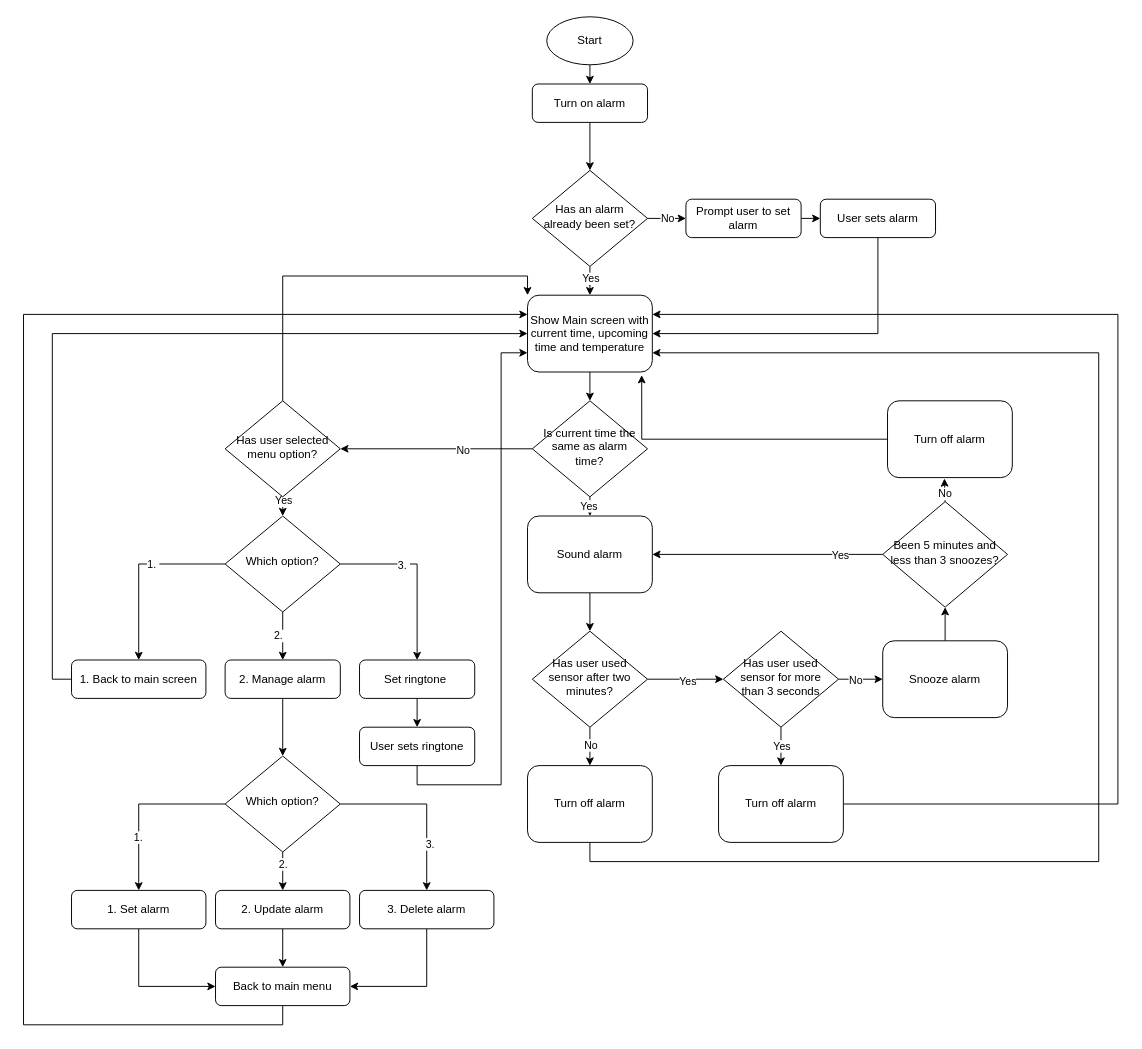
This is page "Flow-Chart" (1 of 2) of Alarm-Flow-Chart.drawio from Squing0/Calculator, a draw.io file, before an edit. Source tidied: cells renumbered, new cells numbered last; positions are measured from the earlier drawing's top-left corner, leaving out a move shared by most shapes. Both pictures are drawn from the tidied source at 96%, with x=0, y=0 at pixel (23, 16).
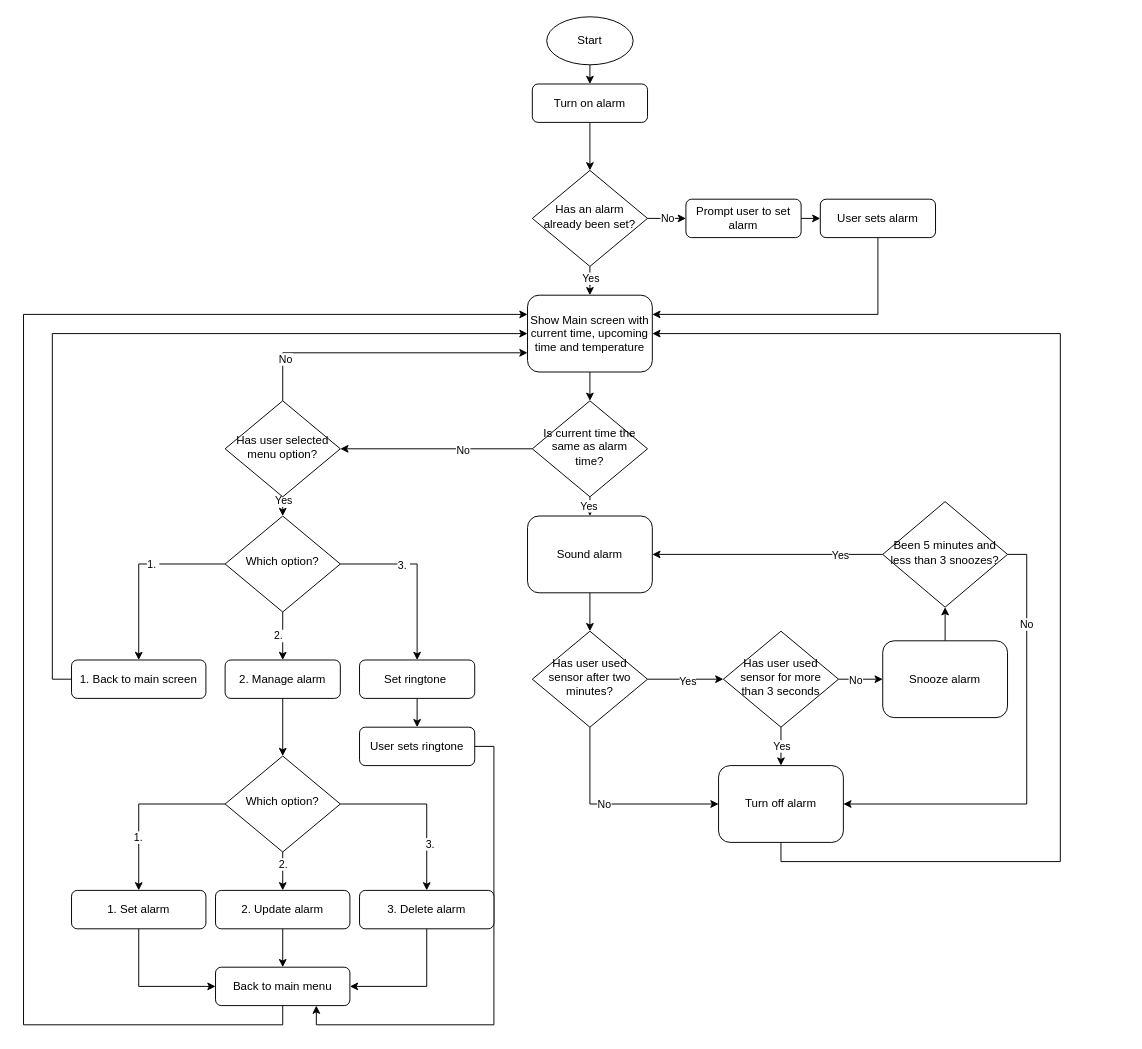
The same diagram, later.

Unchanged cells that the change refers to:
```xml
<mxCell id="14" value="User sets alarm" style="rounded=1;whiteSpace=wrap;html=1;fontSize=12;glass=0;strokeWidth=1;shadow=0;" parent="1" vertex="1">
  <mxGeometry x="830" y="190" width="120" height="40" as="geometry" />
</mxCell>
<mxCell id="16" value="Show Main screen with current time, upcoming time and temperature" style="rounded=1;whiteSpace=wrap;html=1;fontSize=12;glass=0;strokeWidth=1;shadow=0;" parent="1" vertex="1">
  <mxGeometry x="525" y="290" width="130" height="80" as="geometry" />
</mxCell>
<mxCell id="23" value="Has user used sensor after two minutes?" style="rhombus;whiteSpace=wrap;html=1;shadow=0;fontFamily=Helvetica;fontSize=12;align=center;strokeWidth=1;spacing=6;spacingTop=-4;" parent="1" vertex="1">
  <mxGeometry x="530" y="640" width="120" height="100" as="geometry" />
</mxCell>
<mxCell id="27" value="Turn off alarm" style="rounded=1;whiteSpace=wrap;html=1;fontSize=12;glass=0;strokeWidth=1;shadow=0;" parent="1" vertex="1">
  <mxGeometry x="724" y="780" width="130" height="80" as="geometry" />
</mxCell>
<mxCell id="43" value="Has user selected menu option?" style="rhombus;whiteSpace=wrap;html=1;shadow=0;fontFamily=Helvetica;fontSize=12;align=center;strokeWidth=1;spacing=6;spacingTop=-4;" parent="1" vertex="1">
  <mxGeometry x="210" y="400" width="120" height="100" as="geometry" />
</mxCell>
<mxCell id="58" value="User sets ringtone" style="rounded=1;whiteSpace=wrap;html=1;fontSize=12;glass=0;strokeWidth=1;shadow=0;" parent="1" vertex="1">
  <mxGeometry x="350" y="740" width="120" height="40" as="geometry" />
</mxCell>
<mxCell id="61" value="Been 5 minutes and less than 3 snoozes?" style="rhombus;whiteSpace=wrap;html=1;shadow=0;fontFamily=Helvetica;fontSize=12;align=center;strokeWidth=1;spacing=6;spacingTop=-4;" parent="1" vertex="1">
  <mxGeometry x="895" y="505" width="130" height="110" as="geometry" />
</mxCell>
<mxCell id="76" value="Back to main menu" style="rounded=1;whiteSpace=wrap;html=1;fontSize=12;glass=0;strokeWidth=1;shadow=0;" parent="1" vertex="1">
  <mxGeometry x="200" y="990" width="140" height="40" as="geometry" />
</mxCell>
```

Change to the diagram source:
```diff
@@
-    <mxCell id="13" style="edgeStyle=orthogonalEdgeStyle;rounded=0;jettySize=auto;html=1;exitX=0.5;exitY=1;exitDx=0;exitDy=0;entryX=1;entryY=0.5;entryDx=0;entryDy=0;" parent="1" edge="1" source="14" target="16">
+    <mxCell id="13" style="edgeStyle=orthogonalEdgeStyle;rounded=0;jettySize=auto;html=1;exitX=0.5;exitY=1;exitDx=0;exitDy=0;entryX=1;entryY=0.25;entryDx=0;entryDy=0;" parent="1" edge="1" source="14" target="16">
       <mxGeometry relative="1" as="geometry" />
     </mxCell>
@@
-    <mxCell id="19" style="edgeStyle=orthogonalEdgeStyle;rounded=0;jettySize=auto;html=1;exitX=0.5;exitY=1;exitDx=0;exitDy=0;entryX=0.5;entryY=0;entryDx=0;entryDy=0;" parent="1" edge="1" source="23" target="25">
+    <mxCell id="19" style="edgeStyle=orthogonalEdgeStyle;rounded=0;jettySize=auto;html=1;exitX=0.5;exitY=1;exitDx=0;exitDy=0;entryX=0;entryY=0.5;entryDx=0;entryDy=0;" parent="1" edge="1" source="23" target="27">
       <mxGeometry relative="1" as="geometry" />
     </mxCell>
@@
-    <mxCell id="24" style="edgeStyle=orthogonalEdgeStyle;rounded=0;jettySize=auto;html=1;exitX=0.5;exitY=1;exitDx=0;exitDy=0;entryX=1;entryY=0.75;entryDx=0;entryDy=0;" parent="1" edge="1" source="25" target="16">
-      <mxGeometry relative="1" as="geometry">
-        <Array as="points">
-          <mxPoint x="590" y="880" />
-          <mxPoint x="1120" y="880" />
-          <mxPoint x="1120" y="350" />
-        </Array>
-      </mxGeometry>
-    </mxCell>
-    <mxCell id="25" value="Turn off alarm" style="rounded=1;whiteSpace=wrap;html=1;fontSize=12;glass=0;strokeWidth=1;shadow=0;" parent="1" vertex="1">
-      <mxGeometry x="525" y="780" width="130" height="80" as="geometry" />
-    </mxCell>
-    <mxCell id="26" style="edgeStyle=orthogonalEdgeStyle;rounded=0;jettySize=auto;html=1;exitX=1;exitY=0.5;exitDx=0;exitDy=0;entryX=1;entryY=0.25;entryDx=0;entryDy=0;" parent="1" edge="1" source="27" target="16">
+    <mxCell id="26" style="edgeStyle=orthogonalEdgeStyle;rounded=0;jettySize=auto;html=1;exitX=0.5;exitY=1;exitDx=0;exitDy=0;entryX=1;entryY=0.5;entryDx=0;entryDy=0;" parent="1" edge="1" source="27" target="16">
       <mxGeometry relative="1" as="geometry">
         <Array as="points">
-          <mxPoint x="1140" y="820" />
-          <mxPoint x="1140" y="310" />
+          <mxPoint x="789" y="880" />
+          <mxPoint x="1080" y="880" />
+          <mxPoint x="1080" y="330" />
         </Array>
       </mxGeometry>
     </mxCell>
@@
-    <mxCell id="42" style="edgeStyle=orthogonalEdgeStyle;rounded=0;jettySize=auto;html=1;exitX=0.5;exitY=0;exitDx=0;exitDy=0;entryX=0;entryY=0;entryDx=0;entryDy=0;" parent="1" edge="1" source="43" target="16">
+    <mxCell id="42" style="edgeStyle=orthogonalEdgeStyle;rounded=0;jettySize=auto;html=1;exitX=0.5;exitY=0;exitDx=0;exitDy=0;entryX=0;entryY=0.75;entryDx=0;entryDy=0;" parent="1" edge="1" source="43" target="16">
       <mxGeometry relative="1" as="geometry" />
     </mxCell>
+    <mxCell id="81" value="No" style="edgeLabel;html=1;align=center;verticalAlign=middle;" parent="42" vertex="1">
+      <mxGeometry x="-0.72" y="-2" relative="1" as="geometry">
+        <mxPoint y="-1" as="offset" />
+      </mxGeometry>
+    </mxCell>
@@
-    <mxCell id="57" style="edgeStyle=orthogonalEdgeStyle;rounded=0;jettySize=auto;html=1;exitX=0.5;exitY=1;exitDx=0;exitDy=0;entryX=0;entryY=0.75;entryDx=0;entryDy=0;" parent="1" edge="1" source="58" target="16">
-      <mxGeometry relative="1" as="geometry" />
-    </mxCell>
+    <mxCell id="82" style="edgeStyle=orthogonalEdgeStyle;rounded=0;jettySize=auto;html=1;exitX=1;exitY=0.5;exitDx=0;exitDy=0;entryX=0.75;entryY=1;entryDx=0;entryDy=0;" parent="1" edge="1" source="58" target="76">
+      <mxGeometry relative="1" as="geometry" />
+    </mxCell>
@@
+    <mxCell id="83" style="edgeStyle=orthogonalEdgeStyle;rounded=0;jettySize=auto;html=1;exitX=1;exitY=0.5;exitDx=0;exitDy=0;entryX=1;entryY=0.5;entryDx=0;entryDy=0;" parent="1" edge="1" source="61" target="27">
+      <mxGeometry relative="1" as="geometry" />
+    </mxCell>
+    <mxCell id="84" value="No" style="edgeLabel;html=1;align=center;verticalAlign=middle;" parent="83" vertex="1">
+      <mxGeometry x="-0.61" y="-1" relative="1" as="geometry" />
+    </mxCell>
@@
-    <mxCell id="77" value="Turn off alarm" style="rounded=1;whiteSpace=wrap;html=1;fontSize=12;glass=0;strokeWidth=1;shadow=0;" parent="1" vertex="1">
-      <mxGeometry x="900" y="400" width="130" height="80" as="geometry" />
-    </mxCell>
-    <mxCell id="78" style="edgeStyle=orthogonalEdgeStyle;rounded=0;jettySize=auto;html=1;exitX=0.5;exitY=0;exitDx=0;exitDy=0;entryX=0.456;entryY=1.012;entryDx=0;entryDy=0;entryPerimeter=0;" parent="1" edge="1" source="61" target="77">
-      <mxGeometry relative="1" as="geometry" />
-    </mxCell>
-    <mxCell id="79" value="No" style="edgeLabel;html=1;align=center;verticalAlign=middle;" parent="78" vertex="1">
-      <mxGeometry x="0.16" relative="1" as="geometry">
-        <mxPoint y="5" as="offset" />
-      </mxGeometry>
-    </mxCell>
-    <mxCell id="80" style="edgeStyle=orthogonalEdgeStyle;rounded=0;jettySize=auto;html=1;exitX=0;exitY=0.5;exitDx=0;exitDy=0;entryX=0.915;entryY=1.041;entryDx=0;entryDy=0;entryPerimeter=0;" parent="1" edge="1" source="77" target="16">
-      <mxGeometry relative="1" as="geometry" />
-    </mxCell>
```
